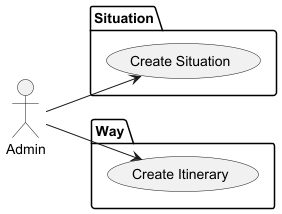
Above: doc/UseCasesDiagram.png in IgnacioMaestro/Eternity2 (PlantUML), before the change.
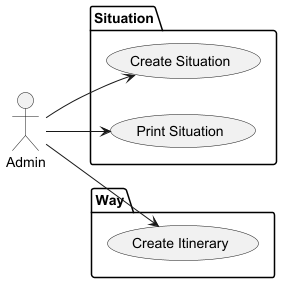
The same file after the commit.

Commit message:
feat: add "Print Situation" use case to diagram

Diff of the diagram source:
```diff
@@ -3,6 +3,7 @@
 actor Admin
 package Situation {
   Admin --> (Create Situation)
+  Admin --> (Print Situation)
 }
 
 package Way {
```
